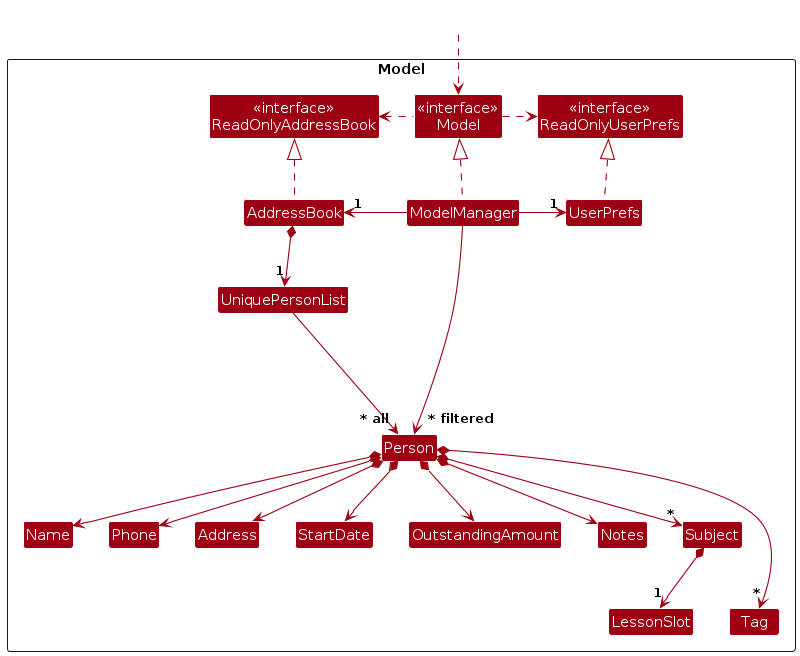
This is diagrams/ModelClassDiagram.png from AY2627S1-CS2103T-F13-2/tp, a PlantUML export, as it was before one commit. Its source is kept beside it as diagrams/ModelClassDiagram.puml.
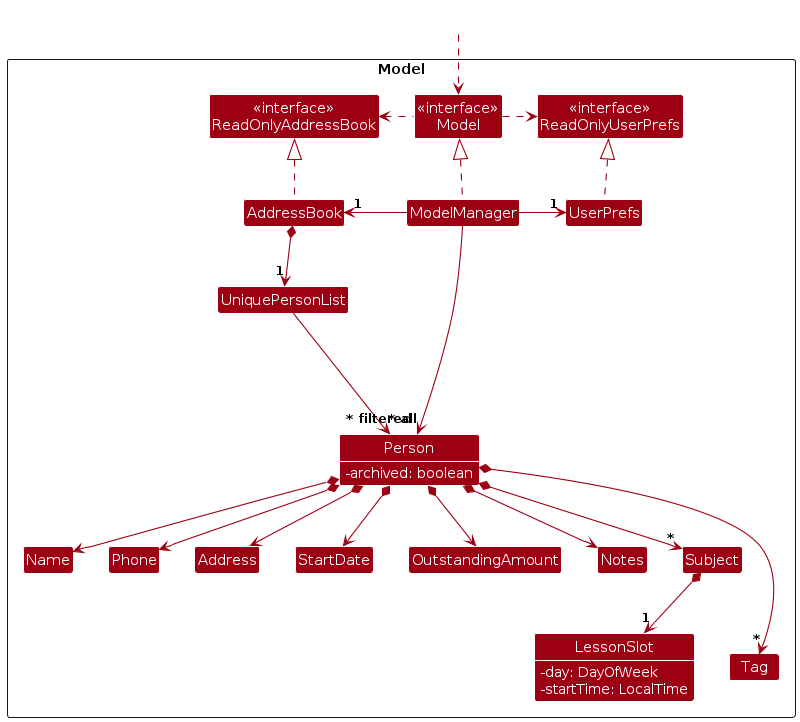
The same diagram one commit later.

What changed in the source:
```diff
@@ -3,6 +3,8 @@
 skinparam arrowThickness 1.1
 skinparam arrowColor MODEL_COLOR
 skinparam classBackgroundColor MODEL_COLOR
+skinparam classAttributeIconSize 0
+skinparam classAttributeFontColor #FFFFFF
 
 Package Model as ModelPackage <<Rectangle>>{
 Class "<<interface>>\nReadOnlyAddressBook" as ReadOnlyAddressBook
@@ -13,7 +15,9 @@
 Class UserPrefs
 
 Class UniquePersonList
-Class Person
+Class Person {
+    - archived: boolean
+}
 Class Address
 Class Name
 Class Notes
@@ -29,6 +33,9 @@
 
 Class I #FFFFFF
 }
+
+show Person fields
+show LessonSlot fields
 
 Class HiddenOutside #FFFFFF
 HiddenOutside ..> Model
```
